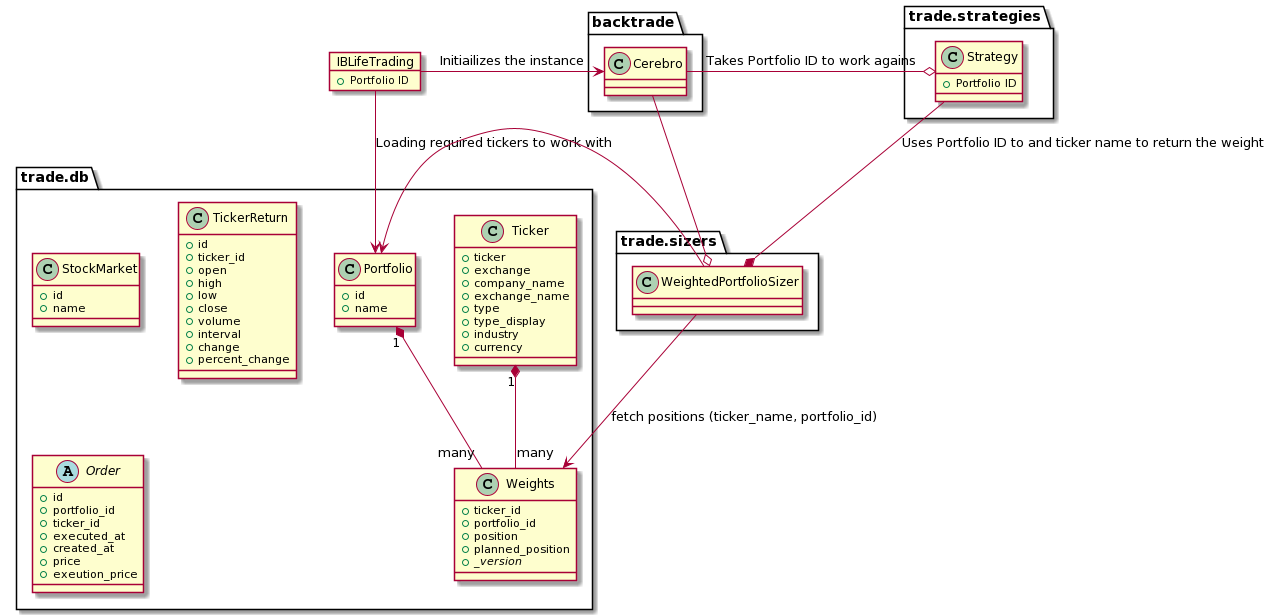
This is docs/relations.png from ftt-project/ftt, a PlantUML export, as it was before one commit. Source of this version:
```plantuml
@startuml
package "trade.db" {
    class StockMarket {
        + id
        + name
    }
    class Portfolio {
        + id
        + name
    }
    class TickerReturn {
        + id
        + ticker_id
        + open
        + high
        + low
        + close
        + volume
        + interval
        + change
        + percent_change
    }
    class Weights {
        + ticker_id
        + portfolio_id
        + position
        + planned_position
        + {abstract} _version
    }
    class Ticker {
        + ticker
        + exchange
        + company_name
        + exchange_name
        + type
        + type_display
        + industry
        + currency
    }
    abstract class Order {
        + id
        + portfolio_id
        + ticker_id
        + executed_at
        + created_at
        + price
        + exeution_price
    }
}

package "trade.sizers" {
    class WeightedPortfolioSizer
}

package "trade.strategies" {
    class Strategy {
        + Portfolio ID
    }
}

package "backtrade" {
    class Cerebro
}

object IBLifeTrading {
    + Portfolio ID
}


IBLifeTrading -> Cerebro : Initiailizes the instance
IBLifeTrading -> Portfolio : Loading required tickers to work with

Cerebro -o Strategy : Takes Portfolio ID to work agains
Cerebro --o WeightedPortfolioSizer

Strategy -* WeightedPortfolioSizer : Uses Portfolio ID to and ticker name to return the weight

Portfolio "1" *-- "many" Weights
Ticker "1" *-- "many" Weights

WeightedPortfolioSizer -> Portfolio
WeightedPortfolioSizer -> Weights : fetch positions (ticker_name, portfolio_id)
@enduml
```
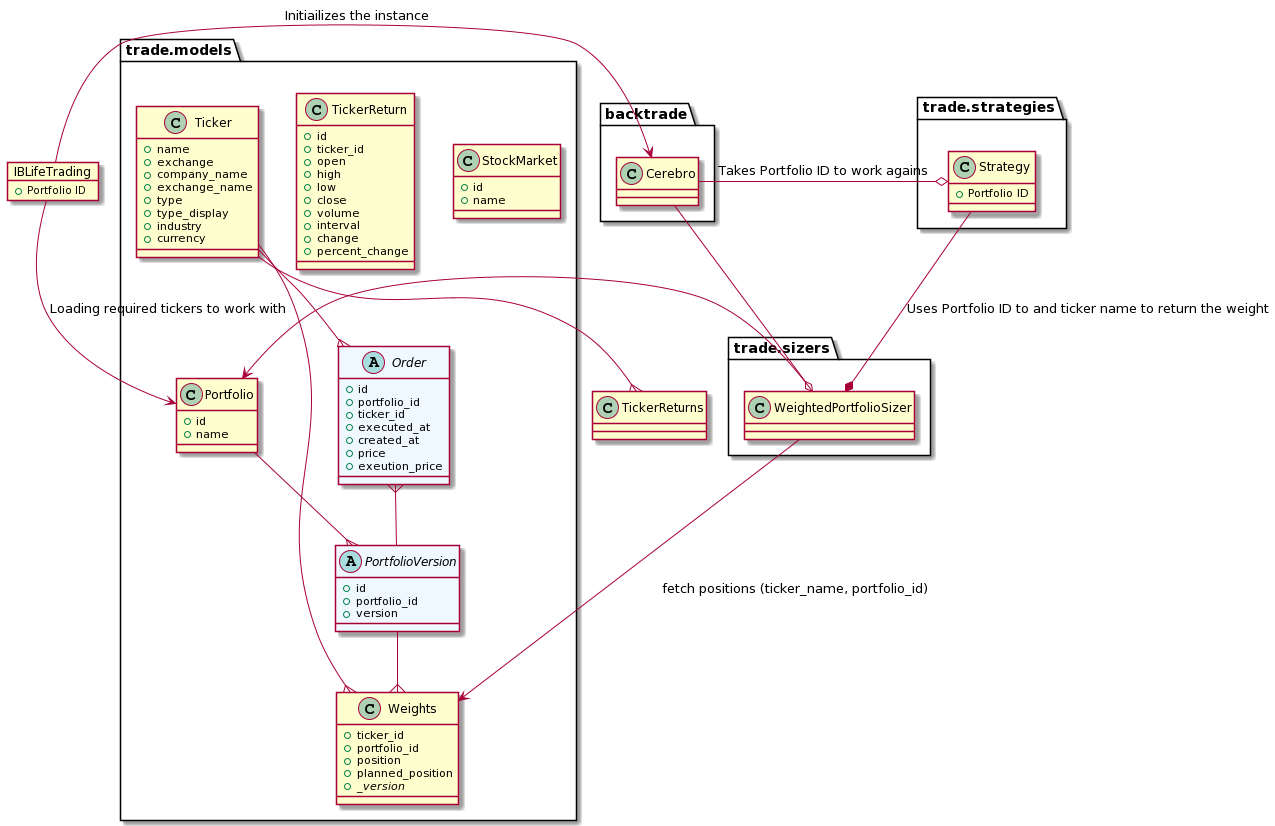
After the commit.

Commit message:
Update relationship diagram

The edit, as a diff of the source:
```diff
@@ -1,5 +1,5 @@
 @startuml
-package "trade.db" {
+package "trade.models" {
     class StockMarket {
         + id
         + name
@@ -7,6 +7,11 @@
     class Portfolio {
         + id
         + name
+    }
+    abstract class PortfolioVersion #aliceblue {
+        + id
+        + portfolio_id
+        + version
     }
     class TickerReturn {
         + id
@@ -28,7 +33,7 @@
         + {abstract} _version
     }
     class Ticker {
-        + ticker
+        + name
         + exchange
         + company_name
         + exchange_name
@@ -37,7 +42,7 @@
         + industry
         + currency
     }
-    abstract class Order {
+    abstract class Order #aliceblue {
         + id
         + portfolio_id
         + ticker_id
@@ -66,17 +71,22 @@
     + Portfolio ID
 }
 
-
 IBLifeTrading -> Cerebro : Initiailizes the instance
 IBLifeTrading -> Portfolio : Loading required tickers to work with
+
+Portfolio --{ PortfolioVersion
 
 Cerebro -o Strategy : Takes Portfolio ID to work agains
 Cerebro --o WeightedPortfolioSizer
 
 Strategy -* WeightedPortfolioSizer : Uses Portfolio ID to and ticker name to return the weight
 
-Portfolio "1" *-- "many" Weights
-Ticker "1" *-- "many" Weights
+PortfolioVersion --{ Weights
+Ticker --{ Weights
+Ticker --{ TickerReturns
+
+Ticker --{ Order
+Order }-- PortfolioVersion
 
 WeightedPortfolioSizer -> Portfolio
 WeightedPortfolioSizer -> Weights : fetch positions (ticker_name, portfolio_id)
```
